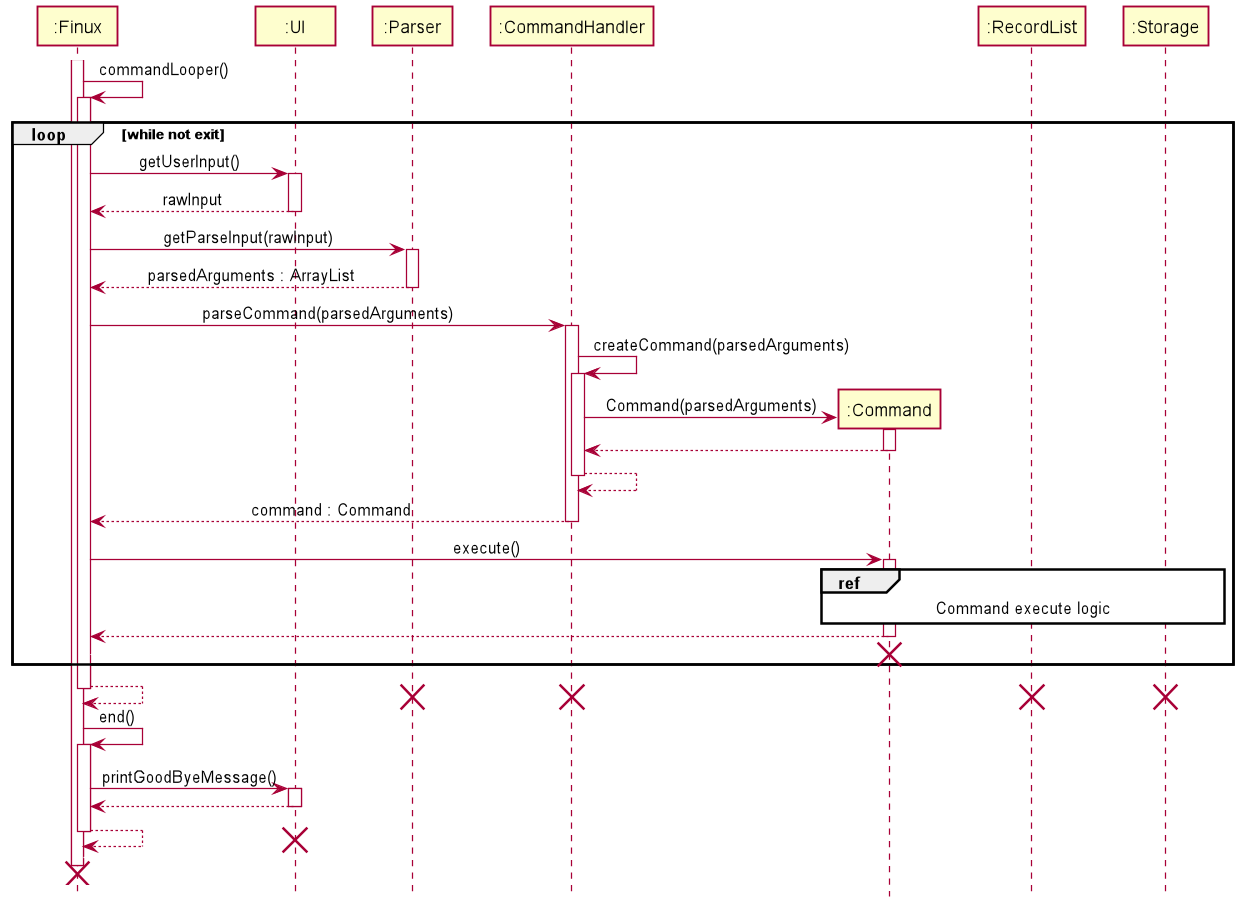
Above: docs/img/CommandLooperSequenceDiagram.png in nus-cs2113-AY2021S2/tp (PlantUML), before the change.
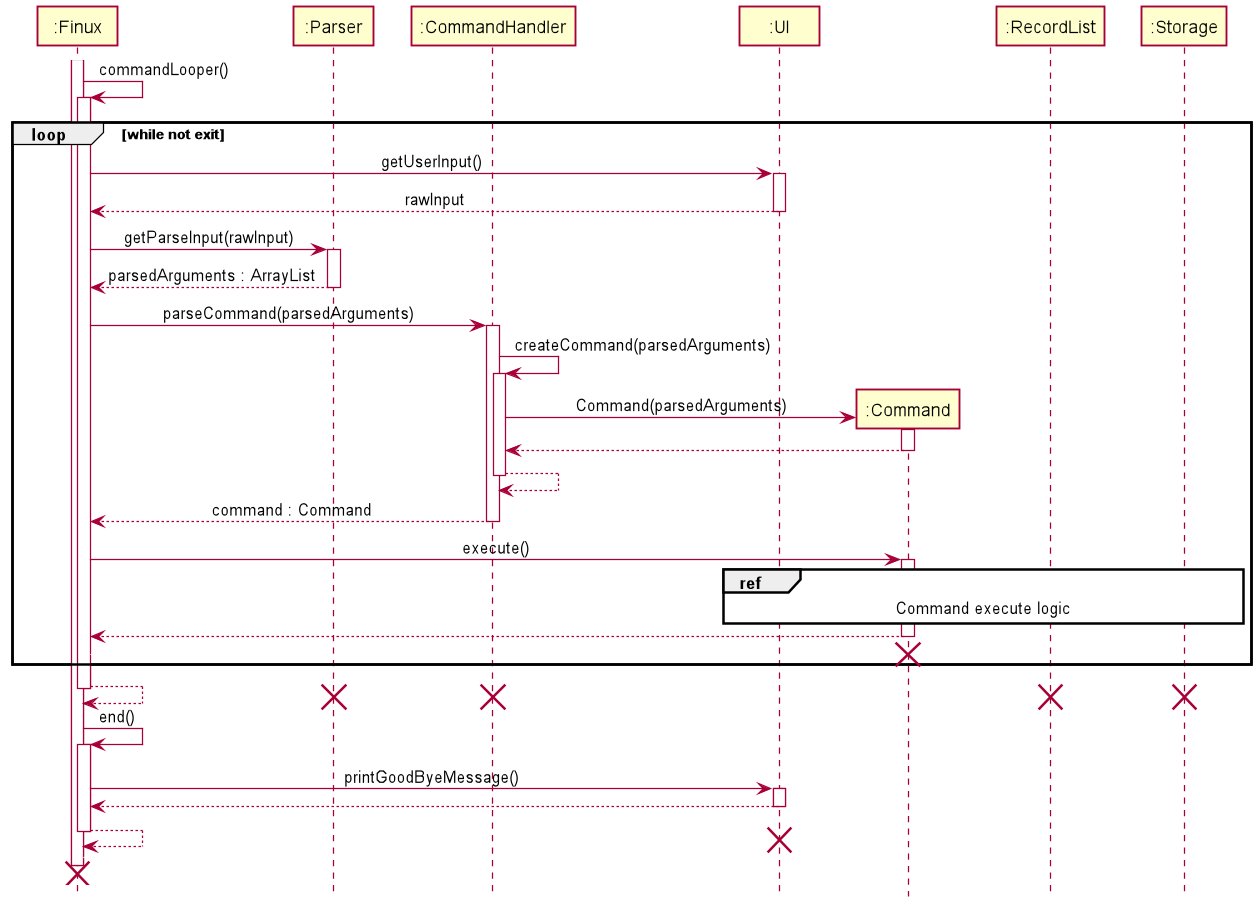
After the change.

Commit message:
Update some errors in diagram and DG

Diff of the diagram source:
```diff
@@ -2,9 +2,9 @@
 !include style.puml
 
 Participant ":Finux" as Finux
-Participant ":UI" as UI
 Participant ":Parser" as ParserHandler
 Participant ":CommandHandler" as CommandHandler
+Participant ":UI" as UI
 Participant ":Command" as Command
 Participant ":RecordList" as RecordList
 Participant ":Storage" as Storage
@@ -41,7 +41,7 @@
 
     Finux -> Command : execute()
     activate Command
-    ref over Command, RecordList, Storage : Command execute logic
+    ref over Command, RecordList, Storage, UI : Command execute logic
     Command --> Finux
     deactivate Command
     Command --[#white]> Finux
```
